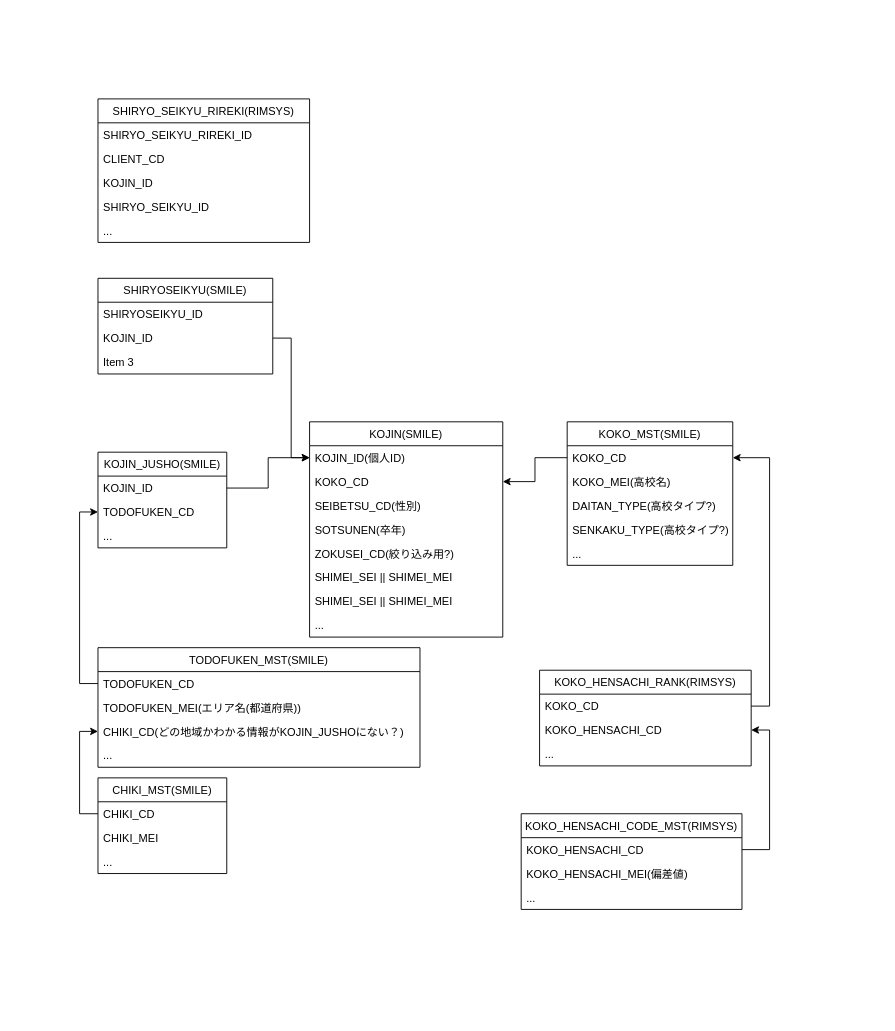
Before: page "Page-6" (6 of 6) of learning bloc.drawio in newuniverse/diagrams, a draw.io diagram. Source tidied: cells renumbered, new cells numbered last; positions are measured from the earlier drawing's top-left corner, leaving out a move shared by most shapes. Both pictures are drawn from the tidied source at 92%, with x=0, y=0 at pixel (98, 98).
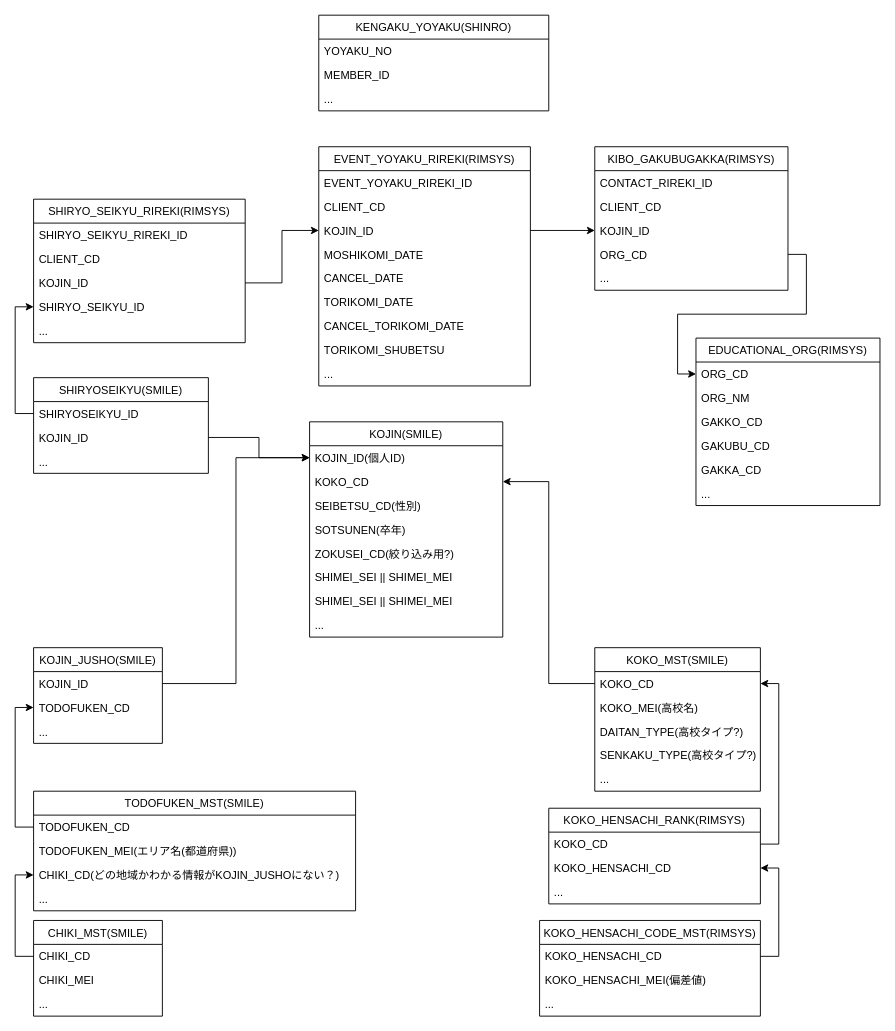
After the change.

Unchanged cells that the change refers to:
```xml
<mxCell id="47" value="KOJIN_ID" style="text;strokeColor=none;fillColor=none;align=left;verticalAlign=top;spacingLeft=4;spacingRight=4;overflow=hidden;points=[[0,0.5],[1,0.5]];portConstraint=eastwest;" parent="44" vertex="1">
  <mxGeometry y="78" width="230" height="26" as="geometry" />
</mxCell>
<mxCell id="48" value="SHIRYO_SEIKYU_ID" style="text;strokeColor=none;fillColor=none;align=left;verticalAlign=top;spacingLeft=4;spacingRight=4;overflow=hidden;points=[[0,0.5],[1,0.5]];portConstraint=eastwest;" parent="44" vertex="1">
  <mxGeometry y="104" width="230" height="26" as="geometry" />
</mxCell>
<mxCell id="51" value="SHIRYOSEIKYU_ID" style="text;strokeColor=none;fillColor=none;align=left;verticalAlign=top;spacingLeft=4;spacingRight=4;overflow=hidden;points=[[0,0.5],[1,0.5]];portConstraint=eastwest;" parent="50" vertex="1">
  <mxGeometry y="26" width="190" height="26" as="geometry" />
</mxCell>
```

Diff of the diagram source:
```diff
@@
     <mxCell id="11" value="KOKO_MST(SMILE)" style="swimlane;fontStyle=0;horizontal=1;startSize=26;fillColor=none;" parent="1" vertex="1">
-      <mxGeometry x="510" y="351" width="180" height="156" as="geometry" />
+      <mxGeometry x="540" y="596.5" width="180" height="156" as="geometry" />
     </mxCell>
@@
     <mxCell id="18" value="KOJIN_JUSHO(SMILE)" style="swimlane;fontStyle=0;horizontal=1;startSize=26;fillColor=none;" parent="1" vertex="1">
-      <mxGeometry y="384" width="140" height="104" as="geometry" />
+      <mxGeometry x="-70" y="596.5" width="140" height="104" as="geometry" />
     </mxCell>
@@
     <mxCell id="23" value="TODOFUKEN_MST(SMILE)" style="swimlane;fontStyle=0;horizontal=1;startSize=26;fillColor=none;" parent="1" vertex="1">
-      <mxGeometry y="596.5" width="350" height="130" as="geometry" />
+      <mxGeometry x="-70" y="752.5" width="350" height="130" as="geometry" />
     </mxCell>
@@
     <mxCell id="29" value="CHIKI_MST(SMILE)" style="swimlane;fontStyle=0;horizontal=1;startSize=26;fillColor=none;" parent="1" vertex="1">
-      <mxGeometry y="738" width="140" height="104" as="geometry" />
+      <mxGeometry x="-70" y="893" width="140" height="104" as="geometry" />
     </mxCell>
@@
     <mxCell id="34" value="KOKO_HENSACHI_RANK(RIMSYS)" style="swimlane;fontStyle=0;horizontal=1;startSize=26;fillColor=none;" parent="1" vertex="1">
-      <mxGeometry x="480" y="621" width="230" height="104" as="geometry" />
+      <mxGeometry x="490" y="771" width="230" height="104" as="geometry" />
     </mxCell>
@@
     <mxCell id="38" value="KOKO_HENSACHI_CODE_MST(RIMSYS)" style="swimlane;fontStyle=0;horizontal=1;startSize=26;fillColor=none;" parent="1" vertex="1">
-      <mxGeometry x="460" y="777" width="240" height="104" as="geometry" />
+      <mxGeometry x="480" y="893" width="240" height="104" as="geometry" />
     </mxCell>
@@
     <mxCell id="44" value="SHIRYO_SEIKYU_RIREKI(RIMSYS)" style="swimlane;fontStyle=0;horizontal=1;startSize=26;fillColor=none;" parent="1" vertex="1">
-      <mxGeometry width="230" height="156" as="geometry" />
+      <mxGeometry x="-70" y="109" width="230" height="156" as="geometry" />
     </mxCell>
@@
     <mxCell id="50" value="SHIRYOSEIKYU(SMILE)" style="swimlane;fontStyle=0;horizontal=1;startSize=26;fillColor=none;" parent="1" vertex="1">
-      <mxGeometry y="195" width="190" height="104" as="geometry" />
+      <mxGeometry x="-70" y="303" width="190" height="104" as="geometry" />
     </mxCell>
@@
-    <mxCell id="53" value="Item 3" style="text;strokeColor=none;fillColor=none;align=left;verticalAlign=top;spacingLeft=4;spacingRight=4;overflow=hidden;" parent="50" vertex="1">
+    <mxCell id="53" value="..." style="text;strokeColor=none;fillColor=none;align=left;verticalAlign=top;spacingLeft=4;spacingRight=4;overflow=hidden;" parent="50" vertex="1">
       <mxGeometry y="78" width="190" height="26" as="geometry" />
     </mxCell>
@@
+    <mxCell id="55" style="edgeStyle=orthogonalEdgeStyle;rounded=0;jettySize=auto;html=1;exitX=0;exitY=0.5;exitDx=0;exitDy=0;entryX=0;entryY=0.5;entryDx=0;entryDy=0;" parent="1" edge="1" source="51" target="48">
+      <mxGeometry relative="1" as="geometry" />
+    </mxCell>
+    <mxCell id="56" value="KIBO_GAKUBUGAKKA(RIMSYS)" style="swimlane;fontStyle=0;horizontal=1;startSize=26;fillColor=none;" parent="1" vertex="1">
+      <mxGeometry x="540" y="52" width="210" height="156" as="geometry" />
+    </mxCell>
+    <mxCell id="57" value="CONTACT_RIREKI_ID" style="text;strokeColor=none;fillColor=none;align=left;verticalAlign=top;spacingLeft=4;spacingRight=4;overflow=hidden;" parent="56" vertex="1">
+      <mxGeometry y="26" width="210" height="26" as="geometry" />
+    </mxCell>
+    <mxCell id="58" value="CLIENT_CD" style="text;strokeColor=none;fillColor=none;align=left;verticalAlign=top;spacingLeft=4;spacingRight=4;overflow=hidden;" parent="56" vertex="1">
+      <mxGeometry y="52" width="210" height="26" as="geometry" />
+    </mxCell>
+    <mxCell id="59" value="KOJIN_ID" style="text;strokeColor=none;fillColor=none;align=left;verticalAlign=top;spacingLeft=4;spacingRight=4;overflow=hidden;points=[[0,0.5],[1,0.5]];portConstraint=eastwest;" parent="56" vertex="1">
+      <mxGeometry y="78" width="210" height="26" as="geometry" />
+    </mxCell>
+    <mxCell id="60" value="ORG_CD" style="text;strokeColor=none;fillColor=none;align=left;verticalAlign=top;spacingLeft=4;spacingRight=4;overflow=hidden;points=[[0,0.5],[1,0.5]];portConstraint=eastwest;" parent="56" vertex="1">
+      <mxGeometry y="104" width="210" height="26" as="geometry" />
+    </mxCell>
+    <mxCell id="61" value="..." style="text;strokeColor=none;fillColor=none;align=left;verticalAlign=top;spacingLeft=4;spacingRight=4;overflow=hidden;" parent="56" vertex="1">
+      <mxGeometry y="130" width="210" height="26" as="geometry" />
+    </mxCell>
+    <mxCell id="62" value="EDUCATIONAL_ORG(RIMSYS)" style="swimlane;fontStyle=0;horizontal=1;startSize=26;fillColor=none;" parent="1" vertex="1">
+      <mxGeometry x="650" y="260" width="200" height="182" as="geometry" />
+    </mxCell>
+    <mxCell id="63" value="ORG_CD" style="text;strokeColor=none;fillColor=none;align=left;verticalAlign=top;spacingLeft=4;spacingRight=4;overflow=hidden;points=[[0,0.5],[1,0.5]];portConstraint=eastwest;" parent="62" vertex="1">
+      <mxGeometry y="26" width="200" height="26" as="geometry" />
+    </mxCell>
+    <mxCell id="64" value="ORG_NM" style="text;strokeColor=none;fillColor=none;align=left;verticalAlign=top;spacingLeft=4;spacingRight=4;overflow=hidden;" parent="62" vertex="1">
+      <mxGeometry y="52" width="200" height="26" as="geometry" />
+    </mxCell>
+    <mxCell id="65" value="GAKKO_CD" style="text;strokeColor=none;fillColor=none;align=left;verticalAlign=top;spacingLeft=4;spacingRight=4;overflow=hidden;" parent="62" vertex="1">
+      <mxGeometry y="78" width="200" height="26" as="geometry" />
+    </mxCell>
+    <mxCell id="66" value="GAKUBU_CD" style="text;strokeColor=none;fillColor=none;align=left;verticalAlign=top;spacingLeft=4;spacingRight=4;overflow=hidden;" parent="62" vertex="1">
+      <mxGeometry y="104" width="200" height="26" as="geometry" />
+    </mxCell>
+    <mxCell id="67" value="GAKKA_CD" style="text;strokeColor=none;fillColor=none;align=left;verticalAlign=top;spacingLeft=4;spacingRight=4;overflow=hidden;" parent="62" vertex="1">
+      <mxGeometry y="130" width="200" height="26" as="geometry" />
+    </mxCell>
+    <mxCell id="68" value="..." style="text;strokeColor=none;fillColor=none;align=left;verticalAlign=top;spacingLeft=4;spacingRight=4;overflow=hidden;" parent="62" vertex="1">
+      <mxGeometry y="156" width="200" height="26" as="geometry" />
+    </mxCell>
+    <mxCell id="69" value="KENGAKU_YOYAKU(SHINRO)" style="swimlane;fontStyle=0;horizontal=1;startSize=26;fillColor=none;" parent="1" vertex="1">
+      <mxGeometry x="240" y="-91" width="250" height="104" as="geometry" />
+    </mxCell>
+    <mxCell id="70" value="YOYAKU_NO" style="text;strokeColor=none;fillColor=none;align=left;verticalAlign=top;spacingLeft=4;spacingRight=4;overflow=hidden;" parent="69" vertex="1">
+      <mxGeometry y="26" width="250" height="26" as="geometry" />
+    </mxCell>
+    <mxCell id="71" value="MEMBER_ID" style="text;strokeColor=none;fillColor=none;align=left;verticalAlign=top;spacingLeft=4;spacingRight=4;overflow=hidden;" parent="69" vertex="1">
+      <mxGeometry y="52" width="250" height="26" as="geometry" />
+    </mxCell>
+    <mxCell id="72" value="..." style="text;strokeColor=none;fillColor=none;align=left;verticalAlign=top;spacingLeft=4;spacingRight=4;overflow=hidden;" parent="69" vertex="1">
+      <mxGeometry y="78" width="250" height="26" as="geometry" />
+    </mxCell>
+    <mxCell id="73" value="EVENT_YOYAKU_RIREKI(RIMSYS)" style="swimlane;fontStyle=0;horizontal=1;startSize=26;fillColor=none;" parent="1" vertex="1">
+      <mxGeometry x="240" y="52" width="230" height="260" as="geometry" />
+    </mxCell>
+    <mxCell id="74" value="EVENT_YOYAKU_RIREKI_ID" style="text;strokeColor=none;fillColor=none;align=left;verticalAlign=top;spacingLeft=4;spacingRight=4;overflow=hidden;" parent="73" vertex="1">
+      <mxGeometry y="26" width="230" height="26" as="geometry" />
+    </mxCell>
+    <mxCell id="75" value="CLIENT_CD" style="text;strokeColor=none;fillColor=none;align=left;verticalAlign=top;spacingLeft=4;spacingRight=4;overflow=hidden;" parent="73" vertex="1">
+      <mxGeometry y="52" width="230" height="26" as="geometry" />
+    </mxCell>
+    <mxCell id="76" value="KOJIN_ID" style="text;strokeColor=none;fillColor=none;align=left;verticalAlign=top;spacingLeft=4;spacingRight=4;overflow=hidden;points=[[0,0.5],[1,0.5]];portConstraint=eastwest;" parent="73" vertex="1">
+      <mxGeometry y="78" width="230" height="26" as="geometry" />
+    </mxCell>
+    <mxCell id="77" value="MOSHIKOMI_DATE" style="text;strokeColor=none;fillColor=none;align=left;verticalAlign=top;spacingLeft=4;spacingRight=4;overflow=hidden;" parent="73" vertex="1">
+      <mxGeometry y="104" width="230" height="26" as="geometry" />
+    </mxCell>
+    <mxCell id="78" value="CANCEL_DATE" style="text;strokeColor=none;fillColor=none;align=left;verticalAlign=top;spacingLeft=4;spacingRight=4;overflow=hidden;" parent="73" vertex="1">
+      <mxGeometry y="130" width="230" height="26" as="geometry" />
+    </mxCell>
+    <mxCell id="79" value="TORIKOMI_DATE" style="text;strokeColor=none;fillColor=none;align=left;verticalAlign=top;spacingLeft=4;spacingRight=4;overflow=hidden;" parent="73" vertex="1">
+      <mxGeometry y="156" width="230" height="26" as="geometry" />
+    </mxCell>
+    <mxCell id="80" value="CANCEL_TORIKOMI_DATE" style="text;strokeColor=none;fillColor=none;align=left;verticalAlign=top;spacingLeft=4;spacingRight=4;overflow=hidden;" parent="73" vertex="1">
+      <mxGeometry y="182" width="230" height="26" as="geometry" />
+    </mxCell>
+    <mxCell id="81" value="TORIKOMI_SHUBETSU" style="text;strokeColor=none;fillColor=none;align=left;verticalAlign=top;spacingLeft=4;spacingRight=4;overflow=hidden;" parent="73" vertex="1">
+      <mxGeometry y="208" width="230" height="26" as="geometry" />
+    </mxCell>
+    <mxCell id="82" value="..." style="text;strokeColor=none;fillColor=none;align=left;verticalAlign=top;spacingLeft=4;spacingRight=4;overflow=hidden;" parent="73" vertex="1">
+      <mxGeometry y="234" width="230" height="26" as="geometry" />
+    </mxCell>
+    <mxCell id="83" style="edgeStyle=orthogonalEdgeStyle;rounded=0;jettySize=auto;html=1;exitX=1;exitY=0.5;exitDx=0;exitDy=0;entryX=0;entryY=0.5;entryDx=0;entryDy=0;" parent="1" edge="1" source="47" target="76">
+      <mxGeometry relative="1" as="geometry" />
+    </mxCell>
+    <mxCell id="84" style="edgeStyle=orthogonalEdgeStyle;rounded=0;jettySize=auto;html=1;exitX=1;exitY=0.5;exitDx=0;exitDy=0;entryX=0;entryY=0.5;entryDx=0;entryDy=0;" parent="1" edge="1" source="76" target="59">
+      <mxGeometry relative="1" as="geometry" />
+    </mxCell>
+    <mxCell id="85" style="edgeStyle=orthogonalEdgeStyle;rounded=0;jettySize=auto;html=1;exitX=1;exitY=0.5;exitDx=0;exitDy=0;entryX=0;entryY=0.5;entryDx=0;entryDy=0;" parent="1" edge="1" source="60" target="63">
+      <mxGeometry relative="1" as="geometry" />
+    </mxCell>
```
